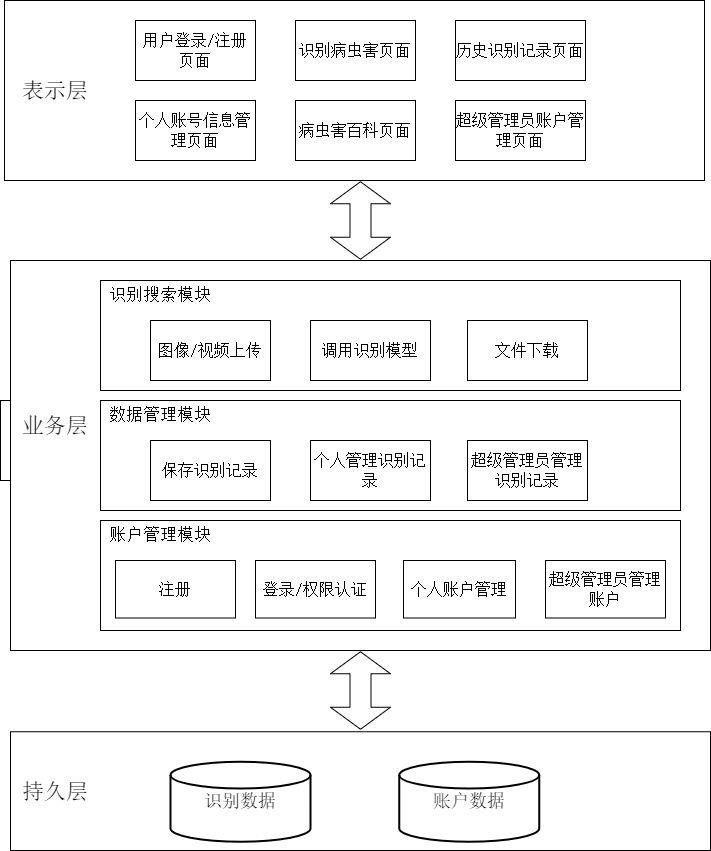
The draw.io diagram 论文里面的表格和画图什么的e/三层架构图11.png in 1ucidream/BiShe-paper, before a commit. Source tidied: cells renumbered, new cells last; positions are measured from the earlier drawing's top-left corner, leaving out a move shared by most shapes.
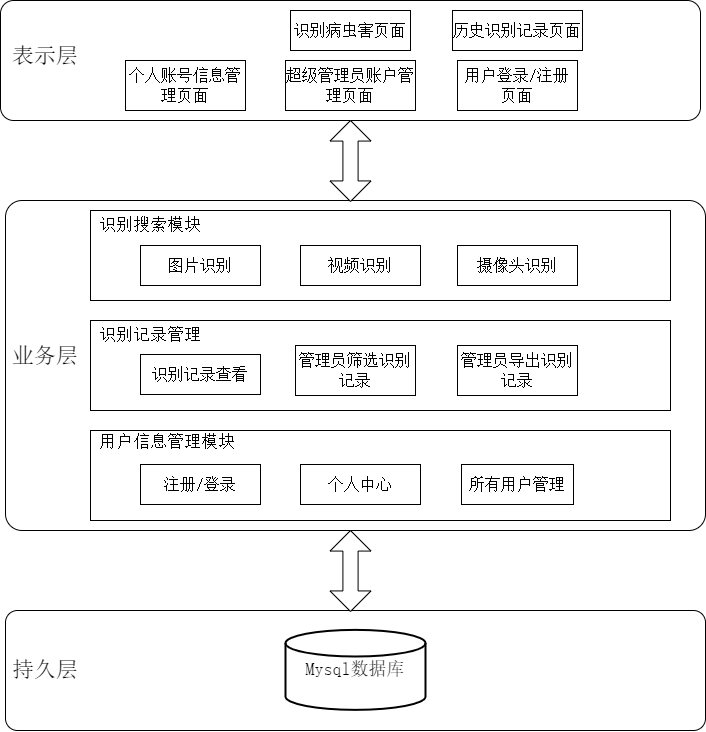
The same diagram one commit later.

What changed in the source:
```diff
@@ -2,104 +2,92 @@
   <root>
     <mxCell id="0" />
     <mxCell id="1" parent="0" />
-    <mxCell id="2" style="rounded=0;whiteSpace=wrap;html=1;" parent="1" vertex="1">
-      <mxGeometry x="10" y="731.2" width="700" height="118.8" as="geometry" />
-    </mxCell>
+    <mxCell id="35" style="rounded=1;whiteSpace=wrap;html=1;arcSize=5;" parent="1" vertex="1">
+      <mxGeometry x="15" y="270" width="700" height="330" as="geometry" />
+    </mxCell>
+    <mxCell id="36" style="rounded=1;whiteSpace=wrap;html=1;arcSize=11;" parent="1" vertex="1">
+      <mxGeometry x="10" y="70" width="700" height="120" as="geometry" />
+    </mxCell>
+    <mxCell id="37" style="rounded=1;whiteSpace=wrap;html=1;arcSize=10;" parent="1" vertex="1">
+      <mxGeometry x="15" y="680" width="700" height="120" as="geometry" />
+    </mxCell>
-    <mxCell id="3" value="&lt;font face=&quot;宋体&quot; style=&quot;font-size: 18px;&quot;&gt;识别数据&lt;/font&gt;" style="strokeWidth=2;html=1;shape=mxgraph.flowchart.database;whiteSpace=wrap;" parent="1" vertex="1">
-      <mxGeometry x="170" y="761.2" width="140" height="80" as="geometry" />
+    <mxCell id="3" value="&lt;font face=&quot;宋体&quot; style=&quot;font-size: 18px;&quot;&gt;Mysql数据库&lt;/font&gt;" style="strokeWidth=2;html=1;shape=mxgraph.flowchart.database;whiteSpace=wrap;" parent="1" vertex="1">
+      <mxGeometry x="295" y="699.4" width="140" height="80" as="geometry" />
     </mxCell>
-    <mxCell id="4" value="&lt;font face=&quot;宋体&quot; style=&quot;font-size: 18px;&quot;&gt;账户数据&lt;/font&gt;" style="strokeWidth=2;html=1;shape=mxgraph.flowchart.database;whiteSpace=wrap;" parent="1" vertex="1">
-      <mxGeometry x="398.8" y="761.2" width="140" height="80" as="geometry" />
-    </mxCell>
-    <mxCell id="5" style="html=1;shadow=0;dashed=0;align=center;verticalAlign=middle;shape=mxgraph.arrows2.twoWayArrow;dy=0.65;dx=22;rotation=90;" parent="1" vertex="1">
-      <mxGeometry x="321.2" y="660" width="77.5" height="60" as="geometry" />
+    <mxCell id="5" style="html=1;shadow=0;dashed=0;align=center;verticalAlign=middle;shape=mxgraph.arrows2.twoWayArrow;dy=0.63;dx=20.54;rotation=90;" parent="1" vertex="1">
+      <mxGeometry x="319.5" y="210" width="80.9" height="41" as="geometry" />
     </mxCell>
-    <mxCell id="6" style="rounded=0;whiteSpace=wrap;html=1;" parent="1" vertex="1">
-      <mxGeometry x="4" width="700" height="180" as="geometry" />
-    </mxCell>
-    <mxCell id="7" style="rounded=0;whiteSpace=wrap;html=1;" parent="1" vertex="1">
-      <mxGeometry x="10" y="260" width="700" height="390" as="geometry" />
-    </mxCell>
     <mxCell id="8" value="&lt;font style=&quot;font-size: 22px;&quot; face=&quot;宋体&quot;&gt;表示层&lt;/font&gt;" style="text;html=1;align=center;verticalAlign=middle;whiteSpace=wrap;rounded=0;" parent="1" vertex="1">
-      <mxGeometry x="20" y="75" width="70" height="30" as="geometry" />
+      <mxGeometry x="20" y="110" width="70" height="30" as="geometry" />
     </mxCell>
     <mxCell id="9" value="&lt;font style=&quot;font-size: 22px;&quot; face=&quot;宋体&quot;&gt;业务层&lt;/font&gt;" style="text;html=1;align=center;verticalAlign=middle;whiteSpace=wrap;rounded=0;" parent="1" vertex="1">
       <mxGeometry x="20" y="410" width="70" height="30" as="geometry" />
     </mxCell>
     <mxCell id="10" value="&lt;font style=&quot;font-size: 22px;&quot; face=&quot;宋体&quot;&gt;持久层&lt;/font&gt;" style="text;html=1;align=center;verticalAlign=middle;whiteSpace=wrap;rounded=0;" parent="1" vertex="1">
-      <mxGeometry x="20" y="775.6" width="70" height="30" as="geometry" />
+      <mxGeometry x="20" y="724.4" width="70" height="30" as="geometry" />
     </mxCell>
     <mxCell id="11" value="&lt;font style=&quot;font-size: 16px;&quot; face=&quot;宋体&quot;&gt;用户登录/注册页面&lt;/font&gt;" style="rounded=0;whiteSpace=wrap;html=1;" parent="1" vertex="1">
-      <mxGeometry x="135" y="20" width="120" height="60" as="geometry" />
+      <mxGeometry x="467" y="130" width="120" height="50" as="geometry" />
     </mxCell>
-    <mxCell id="12" value="&lt;font style=&quot;font-size: 16px;&quot; face=&quot;宋体&quot;&gt;病虫害百科页面&lt;/font&gt;" style="rounded=0;whiteSpace=wrap;html=1;" parent="1" vertex="1">
-      <mxGeometry x="295" y="100" width="120" height="60" as="geometry" />
-    </mxCell>
     <mxCell id="13" value="&lt;font style=&quot;font-size: 16px;&quot; face=&quot;宋体&quot;&gt;识别病虫害页面&lt;/font&gt;" style="rounded=0;whiteSpace=wrap;html=1;" parent="1" vertex="1">
-      <mxGeometry x="295" y="20" width="120" height="60" as="geometry" />
+      <mxGeometry x="300" y="80" width="120" height="40" as="geometry" />
     </mxCell>
     <mxCell id="14" value="&lt;font style=&quot;font-size: 16px;&quot; face=&quot;宋体&quot;&gt;历史识别记录页面&lt;/font&gt;" style="rounded=0;whiteSpace=wrap;html=1;" parent="1" vertex="1">
-      <mxGeometry x="455" y="20" width="130" height="60" as="geometry" />
+      <mxGeometry x="462" y="80" width="130" height="40" as="geometry" />
     </mxCell>
     <mxCell id="15" value="&lt;font style=&quot;font-size: 16px;&quot; face=&quot;宋体&quot;&gt;个人账号信息管理页面&lt;/font&gt;" style="rounded=0;whiteSpace=wrap;html=1;" parent="1" vertex="1">
-      <mxGeometry x="135" y="100" width="120" height="60" as="geometry" />
+      <mxGeometry x="135" y="130" width="120" height="50" as="geometry" />
     </mxCell>
     <mxCell id="16" value="&lt;font style=&quot;font-size: 16px;&quot; face=&quot;宋体&quot;&gt;超级管理员账户管理页面&lt;/font&gt;" style="rounded=0;whiteSpace=wrap;html=1;" parent="1" vertex="1">
-      <mxGeometry x="455" y="100" width="130" height="60" as="geometry" />
+      <mxGeometry x="295" y="130" width="130" height="50" as="geometry" />
     </mxCell>
     <mxCell id="17" style="rounded=0;whiteSpace=wrap;html=1;" parent="1" vertex="1">
-      <mxGeometry x="100" y="280" width="580" height="110" as="geometry" />
+      <mxGeometry x="100" y="280" width="580" height="90" as="geometry" />
     </mxCell>
-    <mxCell id="18" value="&lt;font style=&quot;font-size: 16px;&quot; face=&quot;宋体&quot;&gt;图像/视频上传&lt;/font&gt;" style="rounded=0;whiteSpace=wrap;html=1;" parent="1" vertex="1">
-      <mxGeometry x="150" y="320" width="120" height="60" as="geometry" />
+    <mxCell id="18" value="&lt;font face=&quot;宋体&quot;&gt;&lt;span style=&quot;font-size: 16px;&quot;&gt;图片识别&lt;/span&gt;&lt;/font&gt;" style="rounded=0;whiteSpace=wrap;html=1;" parent="1" vertex="1">
+      <mxGeometry x="150" y="315" width="120" height="40" as="geometry" />
     </mxCell>
-    <mxCell id="19" value="&lt;font style=&quot;font-size: 16px;&quot; face=&quot;宋体&quot;&gt;调用识别模型&lt;/font&gt;" style="rounded=0;whiteSpace=wrap;html=1;" parent="1" vertex="1">
-      <mxGeometry x="310" y="320" width="120" height="60" as="geometry" />
+    <mxCell id="19" value="&lt;font style=&quot;font-size: 16px;&quot; face=&quot;宋体&quot;&gt;视频识别&lt;/font&gt;" style="rounded=0;whiteSpace=wrap;html=1;" parent="1" vertex="1">
+      <mxGeometry x="310" y="315" width="120" height="40" as="geometry" />
     </mxCell>
-    <mxCell id="20" value="&lt;font style=&quot;font-size: 16px;&quot; face=&quot;宋体&quot;&gt;文件下载&lt;/font&gt;" style="rounded=0;whiteSpace=wrap;html=1;" parent="1" vertex="1">
-      <mxGeometry x="467" y="320" width="120" height="60" as="geometry" />
+    <mxCell id="20" value="&lt;font style=&quot;font-size: 16px;&quot; face=&quot;宋体&quot;&gt;摄像头识别&lt;/font&gt;" style="rounded=0;whiteSpace=wrap;html=1;" parent="1" vertex="1">
+      <mxGeometry x="467" y="315" width="120" height="40" as="geometry" />
     </mxCell>
     <mxCell id="21" style="rounded=0;whiteSpace=wrap;html=1;" parent="1" vertex="1">
-      <mxGeometry x="100" y="400" width="580" height="110" as="geometry" />
+      <mxGeometry x="100" y="390" width="580" height="90" as="geometry" />
     </mxCell>
-    <mxCell id="22" value="&lt;font style=&quot;font-size: 16px;&quot; face=&quot;宋体&quot;&gt;保存识别记录&lt;/font&gt;" style="rounded=0;whiteSpace=wrap;html=1;" parent="1" vertex="1">
-      <mxGeometry x="150" y="440" width="120" height="60" as="geometry" />
+    <mxCell id="22" value="&lt;font style=&quot;font-size: 16px;&quot; face=&quot;宋体&quot;&gt;识别记录查看&lt;/font&gt;" style="rounded=0;whiteSpace=wrap;html=1;" parent="1" vertex="1">
+      <mxGeometry x="150" y="424" width="120" height="40" as="geometry" />
     </mxCell>
-    <mxCell id="23" value="&lt;font style=&quot;font-size: 16px;&quot; face=&quot;宋体&quot;&gt;个人管理识别记录&lt;/font&gt;" style="rounded=0;whiteSpace=wrap;html=1;" parent="1" vertex="1">
-      <mxGeometry x="310" y="440" width="120" height="60" as="geometry" />
+    <mxCell id="23" value="&lt;font style=&quot;font-size: 16px;&quot; face=&quot;宋体&quot;&gt;管理员筛选识别记录&lt;/font&gt;" style="rounded=0;whiteSpace=wrap;html=1;" parent="1" vertex="1">
+      <mxGeometry x="305" y="415" width="120" height="50" as="geometry" />
     </mxCell>
-    <mxCell id="24" value="&lt;font style=&quot;font-size: 16px;&quot; face=&quot;宋体&quot;&gt;超级管理员管理识别记录&lt;/font&gt;" style="rounded=0;whiteSpace=wrap;html=1;" parent="1" vertex="1">
-      <mxGeometry x="467" y="440" width="120" height="60" as="geometry" />
+    <mxCell id="24" value="&lt;font style=&quot;font-size: 16px;&quot; face=&quot;宋体&quot;&gt;管理员导出识别记录&lt;/font&gt;" style="rounded=0;whiteSpace=wrap;html=1;" parent="1" vertex="1">
+      <mxGeometry x="467" y="415" width="120" height="50" as="geometry" />
     </mxCell>
     <mxCell id="25" style="rounded=0;whiteSpace=wrap;html=1;" parent="1" vertex="1">
-      <mxGeometry x="100" y="520" width="580" height="110" as="geometry" />
+      <mxGeometry x="100" y="500" width="580" height="90" as="geometry" />
     </mxCell>
-    <mxCell id="26" value="&lt;font style=&quot;font-size: 16px;&quot; face=&quot;宋体&quot;&gt;注册&lt;/font&gt;" style="rounded=0;whiteSpace=wrap;html=1;" parent="1" vertex="1">
-      <mxGeometry x="115" y="560" width="120" height="57.5" as="geometry" />
+    <mxCell id="26" value="&lt;font style=&quot;font-size: 16px;&quot; face=&quot;宋体&quot;&gt;注册/登录&lt;/font&gt;" style="rounded=0;whiteSpace=wrap;html=1;" parent="1" vertex="1">
+      <mxGeometry x="150" y="534" width="120" height="40" as="geometry" />
     </mxCell>
-    <mxCell id="27" value="&lt;font style=&quot;font-size: 16px;&quot; face=&quot;宋体&quot;&gt;登录/权限认证&lt;/font&gt;" style="rounded=0;whiteSpace=wrap;html=1;" parent="1" vertex="1">
-      <mxGeometry x="255" y="560" width="120" height="57.5" as="geometry" />
+    <mxCell id="27" value="&lt;font style=&quot;font-size: 16px;&quot; face=&quot;宋体&quot;&gt;个人中心&lt;/font&gt;" style="rounded=0;whiteSpace=wrap;html=1;" parent="1" vertex="1">
+      <mxGeometry x="310" y="534" width="120" height="40" as="geometry" />
     </mxCell>
-    <mxCell id="28" value="&lt;font style=&quot;font-size: 16px;&quot; face=&quot;宋体&quot;&gt;个人账户管理&lt;/font&gt;" style="rounded=0;whiteSpace=wrap;html=1;" parent="1" vertex="1">
-      <mxGeometry x="403" y="560" width="112" height="57.5" as="geometry" />
+    <mxCell id="28" value="&lt;font face=&quot;宋体&quot;&gt;&lt;span style=&quot;font-size: 16px;&quot;&gt;所有用户管理&lt;/span&gt;&lt;/font&gt;" style="rounded=0;whiteSpace=wrap;html=1;" parent="1" vertex="1">
+      <mxGeometry x="471" y="534" width="112" height="40" as="geometry" />
     </mxCell>
-    <mxCell id="29" value="&lt;font style=&quot;font-size: 16px;&quot; face=&quot;宋体&quot;&gt;超级管理员管理账户&lt;/font&gt;" style="rounded=0;whiteSpace=wrap;html=1;" parent="1" vertex="1">
-      <mxGeometry x="545" y="560" width="120" height="57.5" as="geometry" />
-    </mxCell>
     <mxCell id="30" value="&lt;font style=&quot;font-size: 17px;&quot; face=&quot;宋体&quot;&gt;识别搜索模块&lt;/font&gt;" style="text;html=1;align=center;verticalAlign=middle;whiteSpace=wrap;rounded=0;" parent="1" vertex="1">
       <mxGeometry x="100" y="280" width="120" height="30" as="geometry" />
     </mxCell>
-    <mxCell id="31" value="&lt;font style=&quot;font-size: 17px;&quot; face=&quot;宋体&quot;&gt;数据管理模块&lt;/font&gt;" style="text;html=1;align=center;verticalAlign=middle;whiteSpace=wrap;rounded=0;" parent="1" vertex="1">
-      <mxGeometry x="100" y="400" width="120" height="30" as="geometry" />
+    <mxCell id="31" value="&lt;font style=&quot;font-size: 17px;&quot; face=&quot;宋体&quot;&gt;识别记录管理&lt;/font&gt;" style="text;html=1;align=center;verticalAlign=middle;whiteSpace=wrap;rounded=0;" parent="1" vertex="1">
+      <mxGeometry x="100" y="390" width="120" height="30" as="geometry" />
     </mxCell>
-    <mxCell id="32" value="&lt;font style=&quot;font-size: 17px;&quot; face=&quot;宋体&quot;&gt;账户管理模块&lt;/font&gt;" style="text;html=1;align=center;verticalAlign=middle;whiteSpace=wrap;rounded=0;" parent="1" vertex="1">
-      <mxGeometry x="100" y="520" width="120" height="30" as="geometry" />
+    <mxCell id="32" value="&lt;font style=&quot;font-size: 17px;&quot; face=&quot;宋体&quot;&gt;用户信息管理模块&lt;/font&gt;" style="text;html=1;align=center;verticalAlign=middle;whiteSpace=wrap;rounded=0;" parent="1" vertex="1">
+      <mxGeometry x="100" y="497" width="154" height="30" as="geometry" />
     </mxCell>
-    <mxCell id="33" style="html=1;shadow=0;dashed=0;align=center;verticalAlign=middle;shape=mxgraph.arrows2.twoWayArrow;dy=0.65;dx=22;rotation=90;" parent="1" vertex="1">
-      <mxGeometry x="321.2" y="190" width="77.5" height="60" as="geometry" />
-    </mxCell>
-    <mxCell id="34" style="html=1;perimeter=orthogonalPerimeter;targetShapes=umlLifeline;newEdgeStyle={&quot;curved&quot;:0,&quot;rounded&quot;:0};" parent="1" vertex="1">
-      <mxGeometry y="400" width="10" height="80" as="geometry" />
-    </mxCell>
+    <mxCell id="38" style="html=1;shadow=0;dashed=0;align=center;verticalAlign=middle;shape=mxgraph.arrows2.twoWayArrow;dy=0.63;dx=20.54;rotation=90;" parent="1" vertex="1">
+      <mxGeometry x="319.5" y="620" width="80.9" height="41" as="geometry" />
+    </mxCell>
   </root>
 </mxGraphModel>
```
